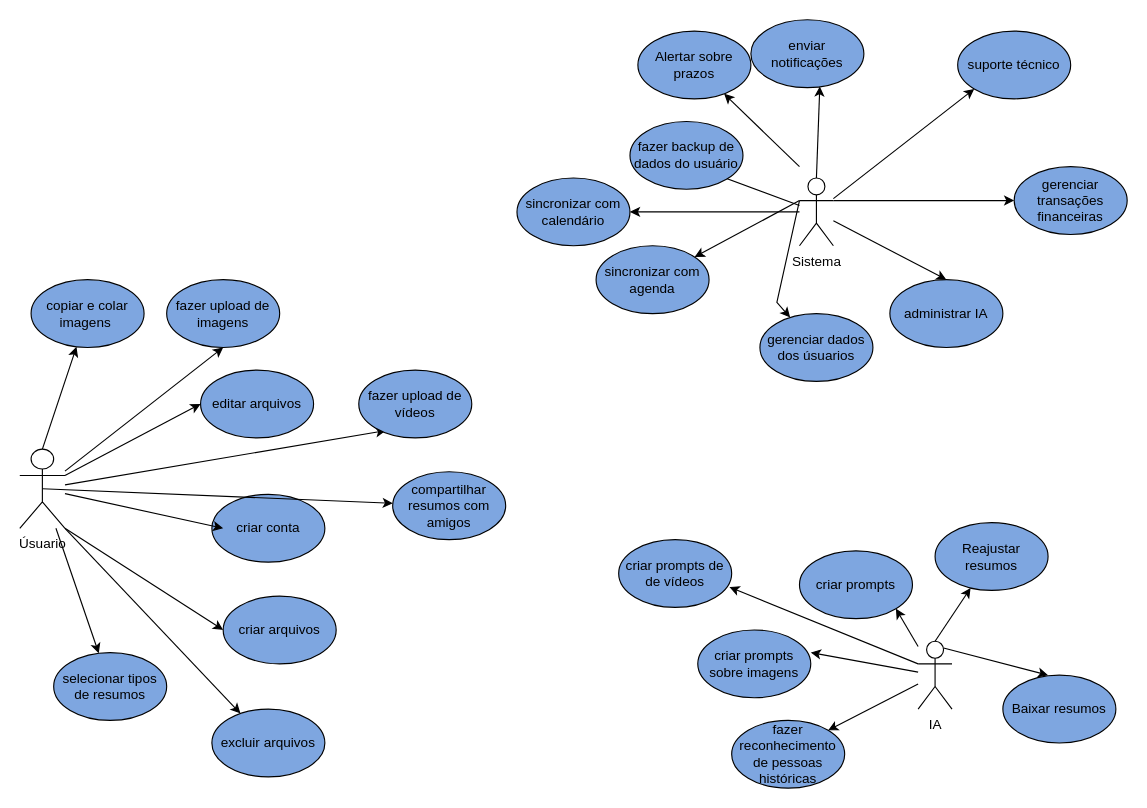
The draw.io diagram page "casos de uso" (1 of 5) of Diagrama sem nome.drawio in neymarboliviano/FCW-AI, before the edit. Source tidied: cells renumbered, new cells numbered last; positions are measured from the earlier drawing's top-left corner, leaving out a move shared by most shapes. Both pictures are drawn from the tidied source at 113%, with x=0, y=0 at pixel (19, 19).
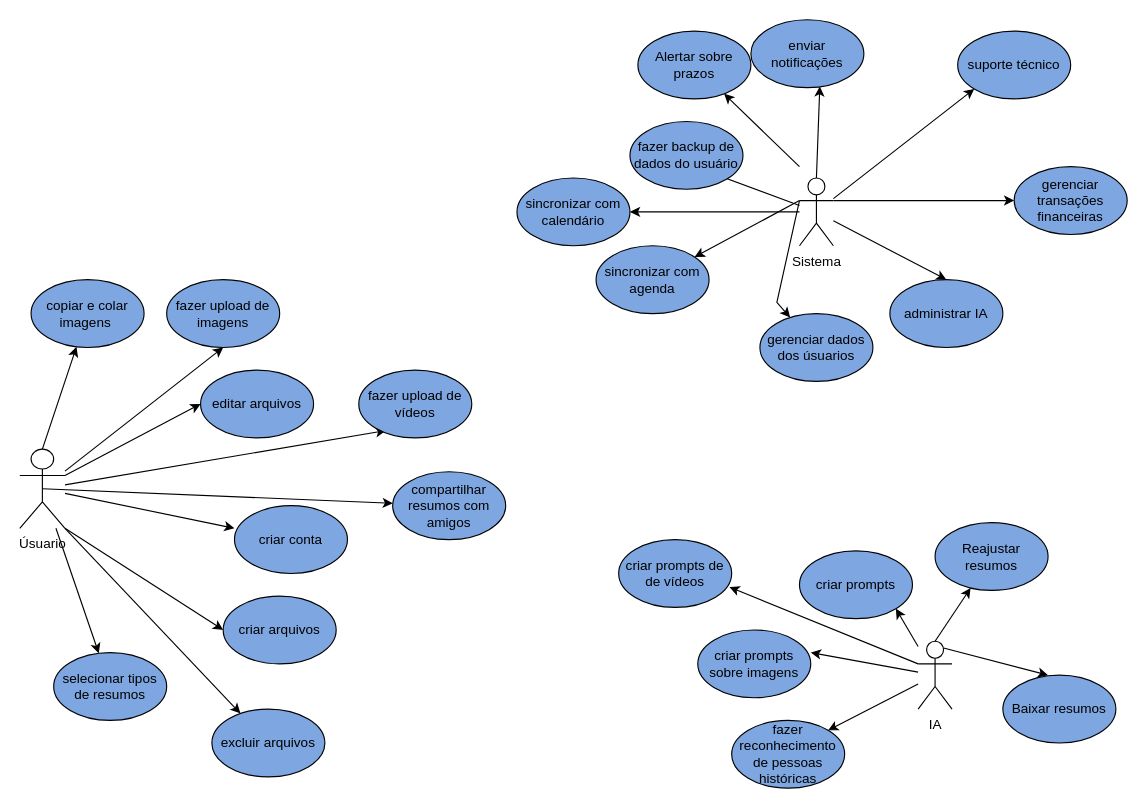
Above is the later version.

The change refers to these unchanged cells:
```xml
<mxCell id="3" value="Úsuario" style="shape=umlActor;verticalLabelPosition=bottom;verticalAlign=top;html=1;outlineConnect=0;" parent="1" vertex="1">
  <mxGeometry y="380" width="40" height="70" as="geometry" />
</mxCell>
```

What changed in the source:
```diff
@@
     <mxCell id="5" value="criar conta" style="ellipse;whiteSpace=wrap;html=1;fillColor=light-dark(#7EA6E0,var(--ge-dark-color, #121212));" parent="1" vertex="1">
-      <mxGeometry x="170" y="420" width="100" height="60" as="geometry" />
+      <mxGeometry x="190" y="430" width="100" height="60" as="geometry" />
     </mxCell>
@@
-    <mxCell id="13" style="endArrow=classic;html=1;rounded=0;entryX=0;entryY=0.5;entryDx=0;entryDy=0;" parent="1" edge="1" source="3">
+    <mxCell id="13" style="endArrow=classic;html=1;rounded=0;" parent="1" edge="1" source="3">
       <mxGeometry relative="1" as="geometry">
-        <mxPoint x="180" y="450" as="targetPoint" />
+        <mxPoint x="190" y="450" as="targetPoint" />
       </mxGeometry>
     </mxCell>
```
